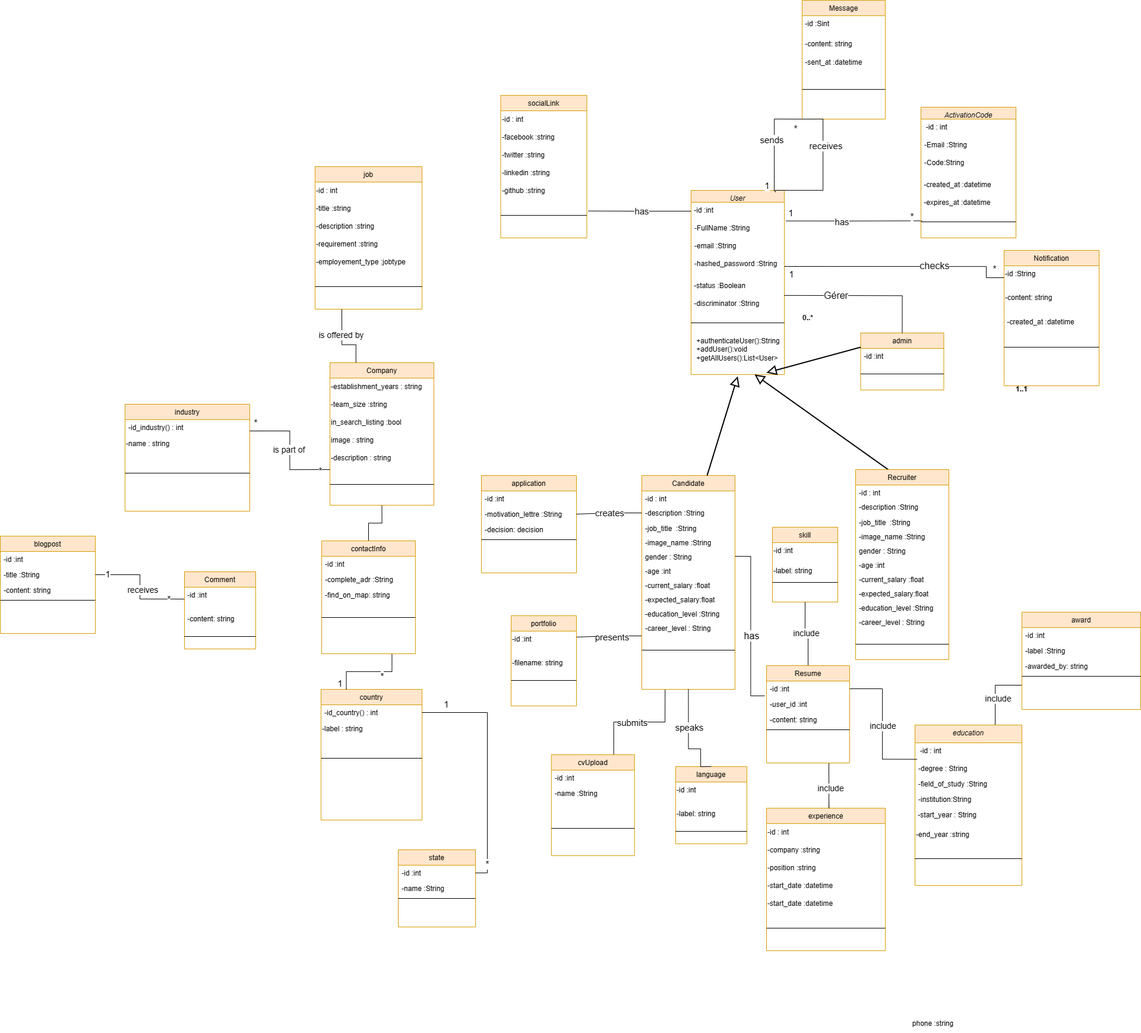
chirine1/-project keeps this draw.io diagram as class diagram.drawio.png. Above is the earlier version. Source tidied: cells renumbered, new cells last; positions are measured from the earlier drawing's top-left corner, leaving out a move shared by most shapes.
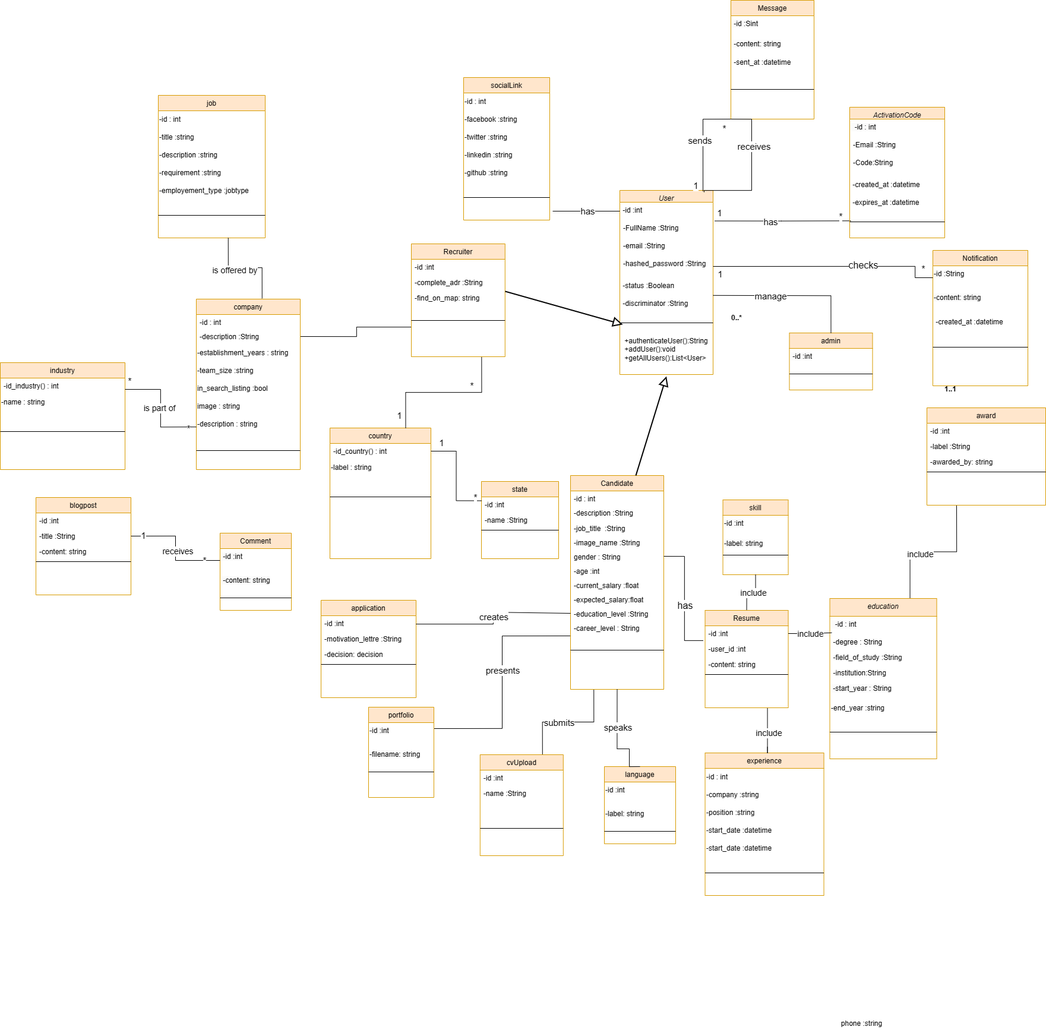
The same file after the commit.

Commit message:
Mettre à jour class diagram.drawio.png

Diff of the diagram source:
```diff
@@ -27,3 +27,3 @@
       <mxGeometry relative="1" as="geometry">
-        <mxPoint x="-173" y="34.7" as="targetPoint" />
+        <mxPoint x="-113" y="35" as="targetPoint" />
       </mxGeometry>
@@ -120,3 +120,3 @@
     <mxCell id="37" value="country" style="swimlane;fontStyle=0;align=center;verticalAlign=top;horizontal=1;startSize=26;rounded=0;shadow=0;strokeWidth=1;fillColor=#ffe6cc;strokeColor=#d79b00;" parent="1" vertex="1">
-      <mxGeometry x="540" y="1160" width="170" height="220" as="geometry" />
+      <mxGeometry x="675" y="720" width="170" height="220" as="geometry" />
     </mxCell>
@@ -131,3 +131,3 @@
     </mxCell>
-    <mxCell id="41" style="edgeStyle=orthogonalEdgeStyle;rounded=0;jettySize=auto;html=1;exitX=0.75;exitY=0;exitDx=0;exitDy=0;entryX=0;entryY=0.75;entryDx=0;entryDy=0;endArrow=none;endFill=0;" parent="1" edge="1" source="43" target="94">
+    <mxCell id="41" style="edgeStyle=orthogonalEdgeStyle;rounded=0;jettySize=auto;html=1;exitX=0.75;exitY=0;exitDx=0;exitDy=0;entryX=0.25;entryY=1;entryDx=0;entryDy=0;endArrow=none;endFill=0;" parent="1" edge="1" source="43" target="94">
       <mxGeometry relative="1" as="geometry" />
@@ -138,3 +138,3 @@
     <mxCell id="43" value="education" style="swimlane;fontStyle=2;align=center;verticalAlign=top;horizontal=1;startSize=30;rounded=0;shadow=0;strokeWidth=1;fillColor=#ffe6cc;strokeColor=#d79b00;" parent="1" vertex="1">
-      <mxGeometry x="1540" y="1220" width="180" height="270" as="geometry" />
+      <mxGeometry x="1516.5" y="1007" width="180" height="270" as="geometry" />
     </mxCell>
@@ -161,28 +161,40 @@
     </mxCell>
-    <mxCell id="51" style="edgeStyle=orthogonalEdgeStyle;rounded=0;jettySize=auto;html=1;exitX=0.5;exitY=1;exitDx=0;exitDy=0;entryX=0.5;entryY=0;entryDx=0;entryDy=0;endArrow=none;endFill=0;" parent="1" edge="1" source="52" target="102">
-      <mxGeometry relative="1" as="geometry" />
+    <mxCell id="51" style="edgeStyle=orthogonalEdgeStyle;rounded=0;jettySize=auto;html=1;exitX=1;exitY=0.5;exitDx=0;exitDy=0;entryX=0;entryY=0.75;entryDx=0;entryDy=0;endArrow=none;endFill=0;" parent="1" edge="1" source="166" target="102">
+      <mxGeometry relative="1" as="geometry">
+        <Array as="points">
+          <mxPoint x="720" y="566" />
+          <mxPoint x="720" y="550" />
+          <mxPoint x="812" y="550" />
+        </Array>
+      </mxGeometry>
     </mxCell>
-    <mxCell id="52" value="Company" style="swimlane;fontStyle=0;align=center;verticalAlign=top;horizontal=1;startSize=26;rounded=0;shadow=0;strokeWidth=1;fillColor=#ffe6cc;strokeColor=#d79b00;" parent="1" vertex="1">
-      <mxGeometry x="555" y="610" width="175" height="240" as="geometry" />
+    <mxCell id="52" value="company" style="swimlane;fontStyle=0;align=center;verticalAlign=top;horizontal=1;startSize=26;rounded=0;shadow=0;strokeWidth=1;fillColor=#ffe6cc;strokeColor=#d79b00;" parent="1" vertex="1">
+      <mxGeometry x="450" y="503" width="175" height="287" as="geometry" />
     </mxCell>
+    <mxCell id="165" value="-id : int" style="text;align=left;verticalAlign=top;spacingLeft=4;spacingRight=4;overflow=hidden;" parent="52" vertex="1">
+      <mxGeometry y="26" width="175" height="24" as="geometry" />
+    </mxCell>
+    <mxCell id="166" value="-description :String" style="text;strokeColor=none;fillColor=none;align=left;verticalAlign=top;spacingLeft=4;spacingRight=4;overflow=hidden;points=[[0,0.5],[1,0.5]];portConstraint=eastwest;whiteSpace=wrap;html=1;" parent="52" vertex="1">
+      <mxGeometry y="50" width="175" height="26" as="geometry" />
+    </mxCell>
     <mxCell id="53" value="-establishment_years : string" style="text;html=1;align=left;verticalAlign=middle;strokeColor=none;fillColor=none;" parent="52" vertex="1">
-      <mxGeometry y="26" width="175" height="30" as="geometry" />
+      <mxGeometry y="76" width="175" height="30" as="geometry" />
     </mxCell>
     <mxCell id="54" value="-team_size :string" style="text;html=1;align=left;verticalAlign=middle;strokeColor=none;fillColor=none;" parent="52" vertex="1">
-      <mxGeometry y="56" width="175" height="30" as="geometry" />
+      <mxGeometry y="106" width="175" height="30" as="geometry" />
     </mxCell>
     <mxCell id="55" value="in_search_listing :bool" style="text;html=1;align=left;verticalAlign=middle;strokeColor=none;fillColor=none;" parent="52" vertex="1">
-      <mxGeometry y="86" width="175" height="30" as="geometry" />
+      <mxGeometry y="136" width="175" height="30" as="geometry" />
     </mxCell>
     <mxCell id="56" value="image : string" style="text;html=1;align=left;verticalAlign=middle;strokeColor=none;fillColor=none;" parent="52" vertex="1">
-      <mxGeometry y="116" width="175" height="30" as="geometry" />
+      <mxGeometry y="166" width="175" height="30" as="geometry" />
     </mxCell>
     <mxCell id="57" value="-description : string" style="text;html=1;align=left;verticalAlign=middle;strokeColor=none;fillColor=none;" parent="52" vertex="1">
-      <mxGeometry y="146" width="175" height="30" as="geometry" />
+      <mxGeometry y="196" width="175" height="30" as="geometry" />
     </mxCell>
     <mxCell id="58" style="line;html=1;strokeWidth=1;align=left;verticalAlign=middle;spacingTop=-1;spacingLeft=3;spacingRight=3;labelPosition=right;" parent="52" vertex="1">
-      <mxGeometry y="176" width="175" height="58" as="geometry" />
+      <mxGeometry y="226" width="175" height="58" as="geometry" />
     </mxCell>
     <mxCell id="59" value="experience" style="swimlane;fontStyle=0;align=center;verticalAlign=top;horizontal=1;startSize=26;rounded=0;shadow=0;strokeWidth=1;fillColor=#ffe6cc;strokeColor=#d79b00;" parent="1" vertex="1">
-      <mxGeometry x="1290" y="1360" width="200" height="240" as="geometry" />
+      <mxGeometry x="1306.5" y="1267" width="200" height="240" as="geometry" />
     </mxCell>
@@ -237,3 +249,3 @@
     <mxCell id="76" value="Comment" style="swimlane;fontStyle=0;align=center;verticalAlign=top;horizontal=1;startSize=26;rounded=0;shadow=0;strokeWidth=1;fillColor=#ffe6cc;strokeColor=#d79b00;" parent="1" vertex="1">
-      <mxGeometry x="310" y="962" width="120" height="130" as="geometry" />
+      <mxGeometry x="490" y="897" width="120" height="130" as="geometry" />
     </mxCell>
@@ -270,3 +282,3 @@
     <mxCell id="87" value="state" style="swimlane;fontStyle=0;align=center;verticalAlign=top;horizontal=1;startSize=26;rounded=0;shadow=0;strokeWidth=1;fillColor=#ffe6cc;strokeColor=#d79b00;" parent="1" vertex="1">
-      <mxGeometry x="670" y="1430" width="130" height="130" as="geometry" />
+      <mxGeometry x="930" y="810" width="130" height="130" as="geometry" />
     </mxCell>
@@ -291,3 +303,3 @@
     <mxCell id="94" value="award" style="swimlane;fontStyle=0;align=center;verticalAlign=top;horizontal=1;startSize=26;rounded=0;shadow=0;strokeWidth=1;fillColor=#ffe6cc;strokeColor=#d79b00;" parent="1" vertex="1">
-      <mxGeometry x="1720" y="1030" width="200" height="164" as="geometry" />
+      <mxGeometry x="1680" y="686" width="200" height="164" as="geometry" />
     </mxCell>
@@ -305,3 +317,3 @@
     </mxCell>
-    <mxCell id="99" style="edgeStyle=orthogonalEdgeStyle;rounded=0;jettySize=auto;html=1;exitX=0.75;exitY=1;exitDx=0;exitDy=0;entryX=0.25;entryY=0;entryDx=0;entryDy=0;endArrow=none;endFill=0;" parent="1" edge="1" source="102" target="37">
+    <mxCell id="99" style="edgeStyle=orthogonalEdgeStyle;rounded=0;jettySize=auto;html=1;exitX=0.75;exitY=1;exitDx=0;exitDy=0;entryX=0.75;entryY=0;entryDx=0;entryDy=0;endArrow=none;endFill=0;" parent="1" edge="1" source="102" target="37">
       <mxGeometry relative="1" as="geometry" />
@@ -318,4 +330,4 @@
     </mxCell>
-    <mxCell id="102" value="contactInfo" style="swimlane;fontStyle=0;align=center;verticalAlign=top;horizontal=1;startSize=26;rounded=0;shadow=0;strokeWidth=1;fillColor=#ffe6cc;strokeColor=#d79b00;" parent="1" vertex="1">
-      <mxGeometry x="541.1" y="910" width="157.8" height="190" as="geometry" />
+    <mxCell id="102" value="Recruiter" style="swimlane;fontStyle=0;align=center;verticalAlign=top;horizontal=1;startSize=26;rounded=0;shadow=0;strokeWidth=1;fillColor=#ffe6cc;strokeColor=#d79b00;" parent="1" vertex="1">
+      <mxGeometry x="812" y="410" width="157.8" height="190" as="geometry" />
     </mxCell>
@@ -337,3 +349,3 @@
     <mxCell id="108" value="industry" style="swimlane;fontStyle=0;align=center;verticalAlign=top;horizontal=1;startSize=26;rounded=0;shadow=0;strokeWidth=1;fillColor=#ffe6cc;strokeColor=#d79b00;" parent="1" vertex="1">
-      <mxGeometry x="210" y="680" width="210" height="180" as="geometry" />
+      <mxGeometry x="120" y="610" width="210" height="180" as="geometry" />
     </mxCell>
@@ -349,3 +361,3 @@
     <mxCell id="112" value="job" style="swimlane;fontStyle=0;align=center;verticalAlign=top;horizontal=1;startSize=26;rounded=0;shadow=0;strokeWidth=1;fillColor=#ffe6cc;strokeColor=#d79b00;" parent="1" vertex="1">
-      <mxGeometry x="530" y="280" width="180" height="240" as="geometry" />
+      <mxGeometry x="386" y="160" width="180" height="240" as="geometry" />
     </mxCell>
@@ -382,3 +394,3 @@
     <mxCell id="123" value="portfolio" style="swimlane;fontStyle=0;align=center;verticalAlign=top;horizontal=1;startSize=26;rounded=0;shadow=0;strokeWidth=1;fillColor=#ffe6cc;strokeColor=#d79b00;" parent="1" vertex="1">
-      <mxGeometry x="860" y="1036" width="110" height="152" as="geometry" />
+      <mxGeometry x="740" y="1190" width="110" height="152" as="geometry" />
     </mxCell>
@@ -394,3 +406,3 @@
     <mxCell id="127" value="skill" style="swimlane;fontStyle=0;align=center;verticalAlign=top;horizontal=1;startSize=26;rounded=0;shadow=0;strokeWidth=1;fillColor=#ffe6cc;strokeColor=#d79b00;" parent="1" vertex="1">
-      <mxGeometry x="1300" y="887" width="110" height="126" as="geometry" />
+      <mxGeometry x="1336.5" y="841" width="110" height="126" as="geometry" />
     </mxCell>
@@ -406,3 +418,3 @@
     <mxCell id="131" value="socialLink" style="swimlane;fontStyle=0;align=center;verticalAlign=top;horizontal=1;startSize=26;rounded=0;shadow=0;strokeWidth=1;fillColor=#ffe6cc;strokeColor=#d79b00;" parent="1" vertex="1">
-      <mxGeometry x="842.5" y="160" width="145" height="240" as="geometry" />
+      <mxGeometry x="900" y="130" width="145" height="240" as="geometry" />
     </mxCell>
@@ -427,3 +439,3 @@
     <mxCell id="138" value="blogpost" style="swimlane;fontStyle=0;align=center;verticalAlign=top;horizontal=1;startSize=26;rounded=0;shadow=0;strokeWidth=1;fillColor=#ffe6cc;strokeColor=#d79b00;" parent="1" vertex="1">
-      <mxGeometry y="902" width="160" height="164" as="geometry" />
+      <mxGeometry x="180" y="837" width="160" height="164" as="geometry" />
     </mxCell>
@@ -518,3 +530,3 @@
     </mxCell>
-    <mxCell id="159" style="edgeStyle=orthogonalEdgeStyle;rounded=0;jettySize=auto;html=1;exitX=1;exitY=0.5;exitDx=0;exitDy=0;entryX=1;entryY=0.5;entryDx=0;entryDy=0;endArrow=none;endFill=0;" parent="1" edge="1" source="88" target="38">
+    <mxCell id="159" style="edgeStyle=orthogonalEdgeStyle;rounded=0;jettySize=auto;html=1;exitX=0;exitY=0.25;exitDx=0;exitDy=0;entryX=1;entryY=0.5;entryDx=0;entryDy=0;endArrow=none;endFill=0;" parent="1" edge="1" source="87" target="38">
       <mxGeometry relative="1" as="geometry" />
@@ -536,43 +548,7 @@
     </mxCell>
-    <mxCell id="163" style="endArrow=block;endFill=0;endSize=12;html=1;rounded=0;strokeWidth=2;exitX=0.366;exitY=0.006;exitDx=0;exitDy=0;exitPerimeter=0;" parent="1" edge="1" source="164">
+    <mxCell id="163" style="endArrow=block;endFill=0;endSize=12;html=1;rounded=0;strokeWidth=2;entryX=0.032;entryY=0.583;entryDx=0;entryDy=0;entryPerimeter=0;" parent="1" edge="1" target="15">
       <mxGeometry relative="1" as="geometry">
-        <mxPoint x="1270" y="630" as="targetPoint" />
+        <mxPoint x="970" y="490" as="sourcePoint" />
       </mxGeometry>
     </mxCell>
-    <mxCell id="164" value="Recruiter" style="swimlane;fontStyle=0;align=center;verticalAlign=top;horizontal=1;startSize=26;rounded=0;shadow=0;strokeWidth=1;fillColor=#ffe6cc;strokeColor=#d79b00;" parent="1" vertex="1">
-      <mxGeometry x="1440" y="790" width="157" height="320" as="geometry" />
-    </mxCell>
-    <mxCell id="165" value="-id : int" style="text;align=left;verticalAlign=top;spacingLeft=4;spacingRight=4;overflow=hidden;" parent="164" vertex="1">
-      <mxGeometry y="26" width="157" height="24" as="geometry" />
-    </mxCell>
-    <mxCell id="166" value="-description :String" style="text;strokeColor=none;fillColor=none;align=left;verticalAlign=top;spacingLeft=4;spacingRight=4;overflow=hidden;points=[[0,0.5],[1,0.5]];portConstraint=eastwest;whiteSpace=wrap;html=1;" parent="164" vertex="1">
-      <mxGeometry y="50" width="157" height="26" as="geometry" />
-    </mxCell>
-    <mxCell id="167" value="-job_title&amp;nbsp; :String&lt;div&gt;&lt;br&gt;&lt;/div&gt;&lt;div&gt;-image_name :String&lt;/div&gt;" style="text;strokeColor=none;fillColor=none;align=left;verticalAlign=top;spacingLeft=4;spacingRight=4;overflow=hidden;whiteSpace=wrap;html=1;" parent="164" vertex="1">
-      <mxGeometry y="76" width="157" height="24" as="geometry" />
-    </mxCell>
-    <mxCell id="168" value="-image_name :String" style="text;strokeColor=none;fillColor=none;align=left;verticalAlign=top;spacingLeft=4;spacingRight=4;overflow=hidden;whiteSpace=wrap;html=1;" parent="164" vertex="1">
-      <mxGeometry y="100" width="157" height="24" as="geometry" />
-    </mxCell>
-    <mxCell id="169" value="gender : String" style="text;strokeColor=none;fillColor=none;align=left;verticalAlign=top;spacingLeft=4;spacingRight=4;overflow=hidden;whiteSpace=wrap;html=1;" parent="164" vertex="1">
-      <mxGeometry y="124" width="157" height="24" as="geometry" />
-    </mxCell>
-    <mxCell id="170" value="-age :int" style="text;strokeColor=none;fillColor=none;align=left;verticalAlign=top;spacingLeft=4;spacingRight=4;overflow=hidden;whiteSpace=wrap;html=1;" parent="164" vertex="1">
-      <mxGeometry y="148" width="157" height="24" as="geometry" />
-    </mxCell>
-    <mxCell id="171" value="-current_salary :float" style="text;strokeColor=none;fillColor=none;align=left;verticalAlign=top;spacingLeft=4;spacingRight=4;overflow=hidden;whiteSpace=wrap;html=1;" parent="164" vertex="1">
-      <mxGeometry y="172" width="157" height="24" as="geometry" />
-    </mxCell>
-    <mxCell id="172" value="-expected_salary:float" style="text;strokeColor=none;fillColor=none;align=left;verticalAlign=top;spacingLeft=4;spacingRight=4;overflow=hidden;whiteSpace=wrap;html=1;" parent="164" vertex="1">
-      <mxGeometry y="196" width="157" height="24" as="geometry" />
-    </mxCell>
-    <mxCell id="173" value="-education_level :String" style="text;strokeColor=none;fillColor=none;align=left;verticalAlign=top;spacingLeft=4;spacingRight=4;overflow=hidden;whiteSpace=wrap;html=1;" parent="164" vertex="1">
-      <mxGeometry y="220" width="157" height="24" as="geometry" />
-    </mxCell>
-    <mxCell id="174" value="-career_level : String" style="text;strokeColor=none;fillColor=none;align=left;verticalAlign=top;spacingLeft=4;spacingRight=4;overflow=hidden;whiteSpace=wrap;html=1;" parent="164" vertex="1">
-      <mxGeometry y="244" width="157" height="24" as="geometry" />
-    </mxCell>
-    <mxCell id="175" style="line;html=1;strokeWidth=1;align=left;verticalAlign=middle;spacingTop=-1;spacingLeft=3;spacingRight=3;labelPosition=right;" parent="164" vertex="1">
-      <mxGeometry y="268" width="157" height="52" as="geometry" />
-    </mxCell>
     <mxCell id="176" style="edgeStyle=orthogonalEdgeStyle;rounded=0;jettySize=auto;html=1;exitX=1.003;exitY=1.293;exitDx=0;exitDy=0;entryX=0.5;entryY=0;entryDx=0;entryDy=0;endArrow=none;endFill=0;exitPerimeter=0;" parent="1" edge="1" target="91">
@@ -582,5 +558,7 @@
     </mxCell>
-    <mxCell id="177" value="&lt;font style=&quot;font-size: 16px;&quot;&gt;Gérer&lt;/font&gt;" style="edgeLabel;html=1;align=center;verticalAlign=middle;" parent="176" vertex="1">
-      <mxGeometry x="-0.34" y="1" relative="1" as="geometry" />
-    </mxCell>
+    <mxCell id="207" value="&lt;font style=&quot;font-size: 15px;&quot;&gt;manage&lt;/font&gt;" style="edgeLabel;html=1;align=center;verticalAlign=middle;" parent="176" vertex="1">
+      <mxGeometry x="-0.27" relative="1" as="geometry">
+        <mxPoint x="1" as="offset" />
+      </mxGeometry>
+    </mxCell>
     <mxCell id="178" value="1..1" style="text;html=1;align=center;verticalAlign=middle;whiteSpace=wrap;rounded=0;fontStyle=1;" parent="1" vertex="1">
@@ -591,7 +569,2 @@
     </mxCell>
-    <mxCell id="180" style="endArrow=block;endFill=0;endSize=12;html=1;rounded=0;strokeWidth=2;entryX=0.708;entryY=1.062;entryDx=0;entryDy=0;entryPerimeter=0;exitX=0;exitY=0.25;exitDx=0;exitDy=0;" parent="1" edge="1" source="91">
-      <mxGeometry relative="1" as="geometry">
-        <mxPoint x="1290" y="627" as="targetPoint" />
-      </mxGeometry>
-    </mxCell>
     <mxCell id="181" style="edgeStyle=orthogonalEdgeStyle;rounded=0;jettySize=auto;html=1;exitX=0.5;exitY=1;exitDx=0;exitDy=0;endArrow=none;endFill=0;entryX=0.5;entryY=0;entryDx=0;entryDy=0;" parent="1" edge="1" source="21" target="119">
@@ -614,5 +587,5 @@
       <mxGeometry relative="1" as="geometry">
-        <mxPoint x="1395" y="1350" as="targetPoint" />
+        <mxPoint x="1411.5" y="1257" as="targetPoint" />
         <Array as="points">
-          <mxPoint x="1395" y="1360" />
+          <mxPoint x="1411.5" y="1267" />
         </Array>
@@ -634,3 +607,3 @@
     <mxCell id="189" value="Resume" style="swimlane;fontStyle=0;align=center;verticalAlign=top;horizontal=1;startSize=26;rounded=0;shadow=0;strokeWidth=1;fillColor=#ffe6cc;strokeColor=#d79b00;" parent="1" vertex="1">
-      <mxGeometry x="1290" y="1120" width="140" height="164" as="geometry" />
+      <mxGeometry x="1306.5" y="1027" width="140" height="164" as="geometry" />
     </mxCell>
@@ -649,3 +622,3 @@
     <mxCell id="194" value="application" style="swimlane;fontStyle=0;align=center;verticalAlign=top;horizontal=1;startSize=26;rounded=0;shadow=0;strokeWidth=1;fillColor=#ffe6cc;strokeColor=#d79b00;" parent="1" vertex="1">
-      <mxGeometry x="810" y="800" width="160" height="164" as="geometry" />
+      <mxGeometry x="660" y="1010" width="160" height="164" as="geometry" />
     </mxCell>
@@ -669,4 +642,12 @@
     </mxCell>
-    <mxCell id="201" style="edgeStyle=orthogonalEdgeStyle;rounded=0;jettySize=auto;html=1;exitX=0;exitY=0.5;exitDx=0;exitDy=0;entryX=1;entryY=0.5;entryDx=0;entryDy=0;endArrow=none;endFill=0;" parent="1" edge="1" source="23" target="196">
-      <mxGeometry relative="1" as="geometry" />
+    <mxCell id="201" style="edgeStyle=orthogonalEdgeStyle;rounded=0;jettySize=auto;html=1;exitX=0;exitY=0.5;exitDx=0;exitDy=0;endArrow=none;endFill=0;" parent="1" edge="1" source="30">
+      <mxGeometry relative="1" as="geometry">
+        <mxPoint x="820" y="1050" as="targetPoint" />
+        <Array as="points">
+          <mxPoint x="1080" y="1030" />
+          <mxPoint x="950" y="1030" />
+          <mxPoint x="950" y="1050" />
+          <mxPoint x="820" y="1050" />
+        </Array>
+      </mxGeometry>
     </mxCell>
@@ -691,6 +672,8 @@
     </mxCell>
-    <mxCell id="205" style="edgeStyle=orthogonalEdgeStyle;rounded=0;jettySize=auto;html=1;exitX=0.25;exitY=1;exitDx=0;exitDy=0;entryX=0.25;entryY=0;entryDx=0;entryDy=0;endArrow=none;endFill=0;" parent="1" edge="1" source="112" target="52">
+    <mxCell id="205" style="edgeStyle=orthogonalEdgeStyle;rounded=0;jettySize=auto;html=1;exitX=0.75;exitY=1;exitDx=0;exitDy=0;entryX=0.633;entryY=-0.004;entryDx=0;entryDy=0;endArrow=none;endFill=0;entryPerimeter=0;" parent="1" edge="1" target="52">
       <mxGeometry relative="1" as="geometry">
+        <mxPoint x="503.8" y="400" as="sourcePoint" />
         <Array as="points">
-          <mxPoint x="575" y="580" />
+          <mxPoint x="504" y="450" />
+          <mxPoint x="561" y="450" />
         </Array>
```
